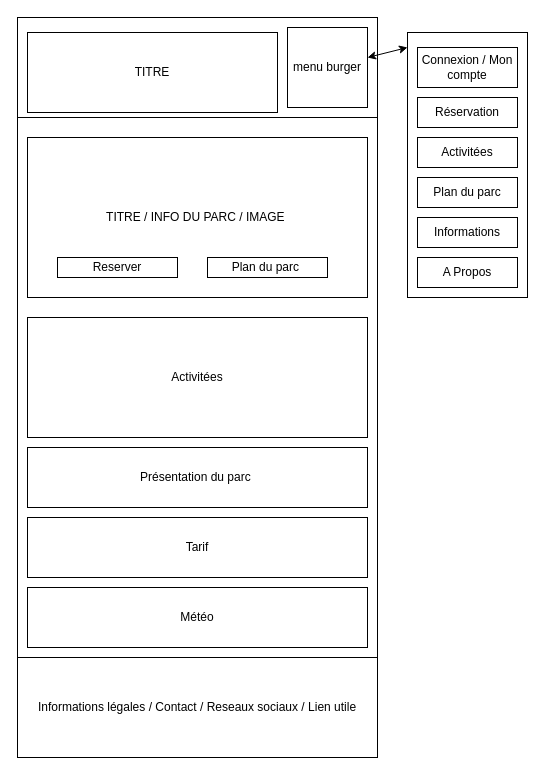
Earlier version of the draw.io diagram page "Home page" (1 of 9) of docs/wireframe_mobile.drawio (SeguierJonathan/ZombieLand). Source tidied: cells renumbered, new cells numbered last; positions are measured from the earlier drawing's top-left corner, leaving out a move shared by most shapes. Both pictures are drawn from the tidied source at 100%, with x=0, y=0 at pixel (17, 17).
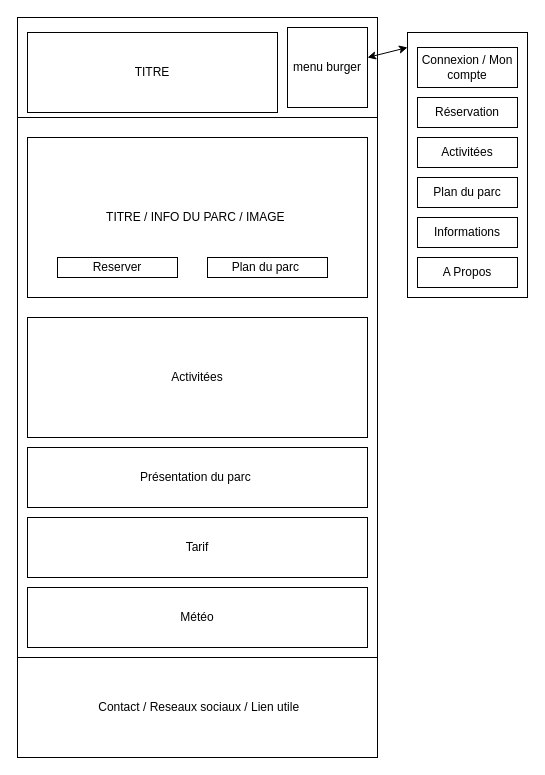
The same page after the edit.

The edit, as a diff of the source:
```diff
@@
-    <mxCell id="4" value="Informations légales / Contact / Reseaux sociaux / Lien utile" style="rounded=0;whiteSpace=wrap;html=1;" parent="1" vertex="1">
+    <mxCell id="4" value="&amp;nbsp;Contact / Reseaux sociaux / Lien utile" style="rounded=0;whiteSpace=wrap;html=1;" parent="1" vertex="1">
       <mxGeometry y="640" width="360" height="100" as="geometry" />
     </mxCell>
```
